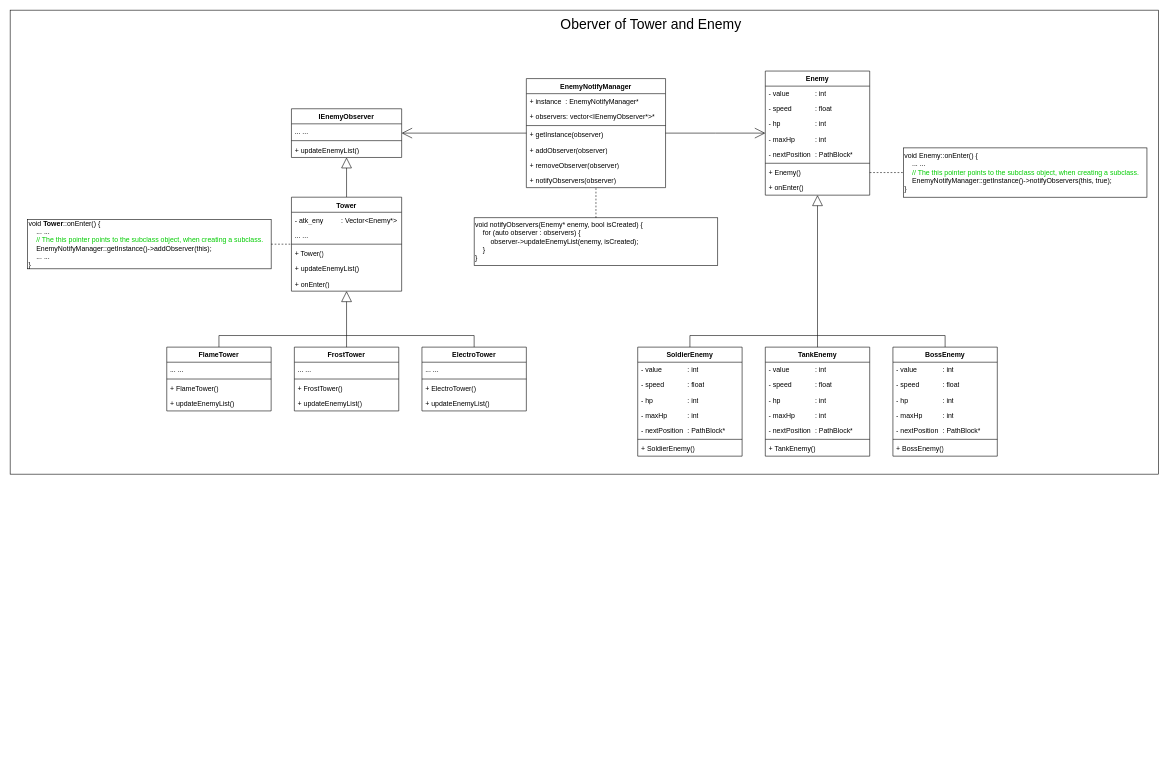
This is page "Observer" (4 of 4) of 文档/URL.drawio from QinCheng0928/Cocos2d, a draw.io file, before an edit. Source tidied: cells renumbered, new cells numbered last; positions are measured from the earlier drawing's top-left corner, leaving out a move shared by most shapes. Both pictures are drawn from the tidied source at 58%, with x=0, y=0 at pixel (10, 10).
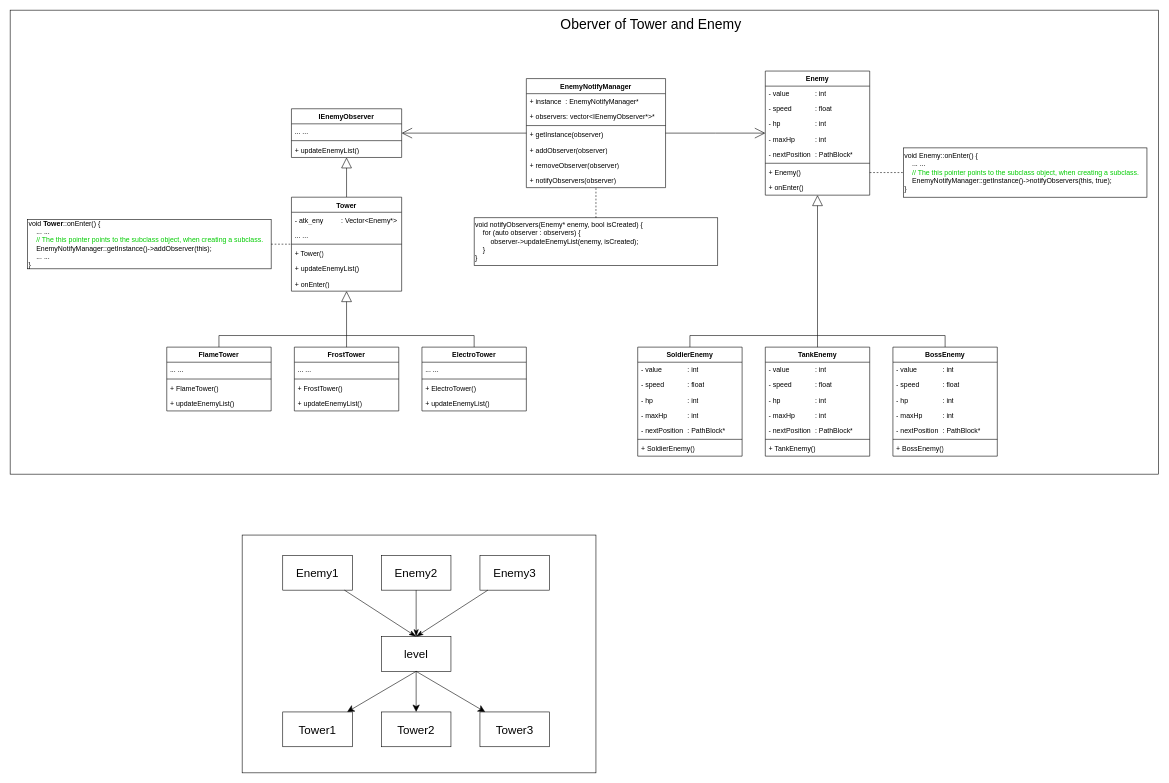
The same page after the edit.

Commit message (it also covers changes not shown here):
完善观察者模式的PPT

Change to the diagram source:
```diff
@@
+    <mxCell id="86" style="rounded=0;whiteSpace=wrap;html=1;" parent="1" vertex="1">
+      <mxGeometry x="400" y="905" width="610" height="410" as="geometry" />
+    </mxCell>
@@
+    <mxCell id="87" value="&lt;font style=&quot;font-size: 20px;&quot;&gt;level&lt;/font&gt;" style="rounded=0;whiteSpace=wrap;html=1;" parent="1" vertex="1">
+      <mxGeometry x="640" y="1080" width="120" height="60" as="geometry" />
+    </mxCell>
+    <mxCell id="88" value="&lt;font style=&quot;font-size: 20px;&quot;&gt;Tower1&lt;/font&gt;" style="rounded=0;whiteSpace=wrap;html=1;" parent="1" vertex="1">
+      <mxGeometry x="470" y="1210" width="120" height="60" as="geometry" />
+    </mxCell>
+    <mxCell id="89" value="&lt;font style=&quot;font-size: 20px;&quot;&gt;Tower2&lt;/font&gt;" style="rounded=0;whiteSpace=wrap;html=1;" parent="1" vertex="1">
+      <mxGeometry x="640" y="1210" width="120" height="60" as="geometry" />
+    </mxCell>
+    <mxCell id="90" value="&lt;font style=&quot;font-size: 20px;&quot;&gt;Tower3&lt;/font&gt;" style="rounded=0;whiteSpace=wrap;html=1;" parent="1" vertex="1">
+      <mxGeometry x="810" y="1210" width="120" height="60" as="geometry" />
+    </mxCell>
+    <mxCell id="91" value="&lt;font style=&quot;font-size: 20px;&quot;&gt;Enemy1&lt;/font&gt;" style="rounded=0;whiteSpace=wrap;html=1;" parent="1" vertex="1">
+      <mxGeometry x="470" y="940" width="120" height="60" as="geometry" />
+    </mxCell>
+    <mxCell id="92" value="&lt;font style=&quot;font-size: 20px;&quot;&gt;Enemy2&lt;/font&gt;" style="rounded=0;whiteSpace=wrap;html=1;" parent="1" vertex="1">
+      <mxGeometry x="640" y="940" width="120" height="60" as="geometry" />
+    </mxCell>
+    <mxCell id="93" value="&lt;font style=&quot;font-size: 20px;&quot;&gt;Enemy3&lt;/font&gt;" style="rounded=0;whiteSpace=wrap;html=1;" parent="1" vertex="1">
+      <mxGeometry x="810" y="940" width="120" height="60" as="geometry" />
+    </mxCell>
+    <mxCell id="94" style="endArrow=none;html=1;rounded=0;exitX=0.5;exitY=0;exitDx=0;exitDy=0;startArrow=classicThin;startFill=1;startSize=10;" parent="1" edge="1" source="87" target="93">
+      <mxGeometry relative="1" as="geometry" />
+    </mxCell>
+    <mxCell id="95" style="endArrow=none;html=1;rounded=0;startArrow=classicThin;startFill=1;startSize=10;" parent="1" edge="1" source="87" target="92">
+      <mxGeometry relative="1" as="geometry" />
+    </mxCell>
+    <mxCell id="96" style="endArrow=none;html=1;rounded=0;startArrow=classicThin;startFill=1;startSize=10;exitX=0.5;exitY=0;exitDx=0;exitDy=0;" parent="1" edge="1" source="87" target="91">
+      <mxGeometry relative="1" as="geometry" />
+    </mxCell>
+    <mxCell id="97" style="endArrow=classic;html=1;rounded=0;endSize=10;exitX=0.5;exitY=1;exitDx=0;exitDy=0;" parent="1" edge="1" source="87" target="88">
+      <mxGeometry relative="1" as="geometry" />
+    </mxCell>
+    <mxCell id="98" style="endArrow=classic;html=1;rounded=0;endSize=10;exitX=0.5;exitY=1;exitDx=0;exitDy=0;" parent="1" edge="1" source="87" target="89">
+      <mxGeometry relative="1" as="geometry" />
+    </mxCell>
+    <mxCell id="99" style="endArrow=classic;html=1;rounded=0;endSize=10;exitX=0.5;exitY=1;exitDx=0;exitDy=0;" parent="1" edge="1" source="87" target="90">
+      <mxGeometry relative="1" as="geometry" />
+    </mxCell>
```
